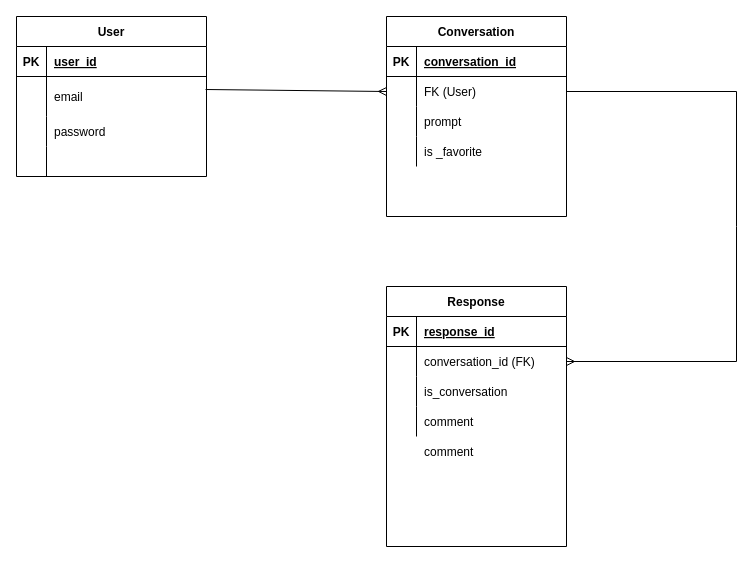
Before: test.drawio in EGORDYU/project-2, a draw.io diagram. Source tidied: cells renumbered, new cells numbered last; positions are measured from the earlier drawing's top-left corner, leaving out a move shared by most shapes. Both pictures are drawn from the tidied source at 100%, with x=0, y=0 at pixel (16, 16).
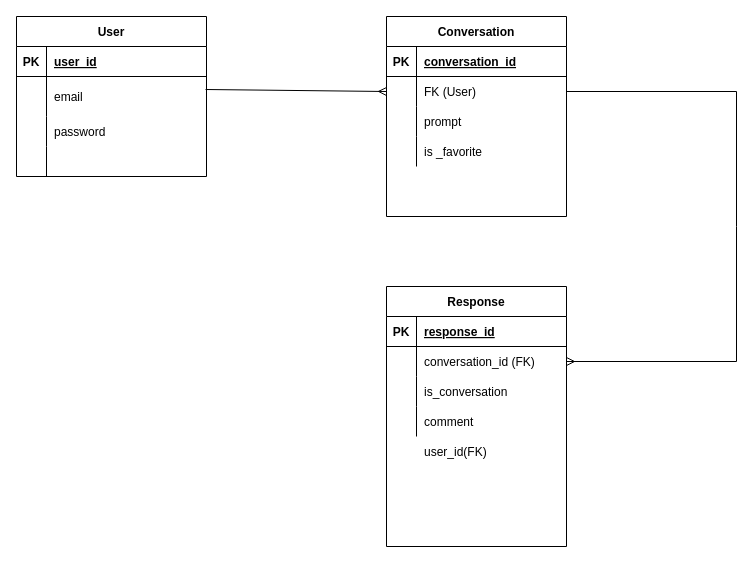
After the change.

Change to the diagram source:
```diff
@@
-    <mxCell id="43" value="comment" style="shape=partialRectangle;fillColor=none;top=0;left=0;bottom=0;right=0;align=left;spacingLeft=6;overflow=hidden;" parent="1" vertex="1">
+    <mxCell id="43" value="user_id(FK)" style="shape=partialRectangle;fillColor=none;top=0;left=0;bottom=0;right=0;align=left;spacingLeft=6;overflow=hidden;" parent="1" vertex="1">
       <mxGeometry x="400" y="420" width="150" height="30" as="geometry" />
     </mxCell>
```
